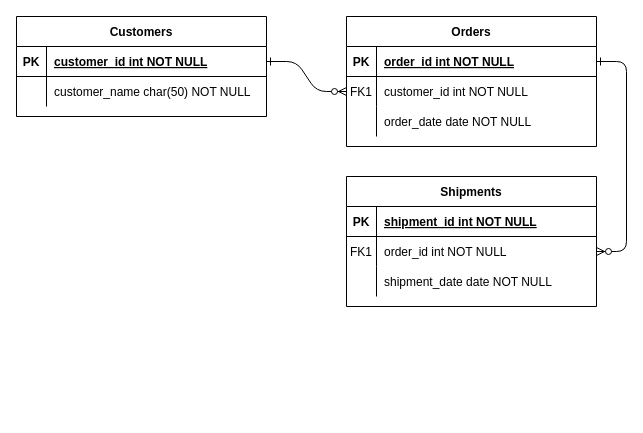
Before: Biểu đồ không có tiêu đề.drawio in phuocviet/Mugical, a draw.io diagram. Source tidied: cells renumbered, new cells numbered last; positions are measured from the earlier drawing's top-left corner, leaving out a move shared by most shapes. Both pictures are drawn from the tidied source at 100%, with x=0, y=0 at pixel (16, 16).
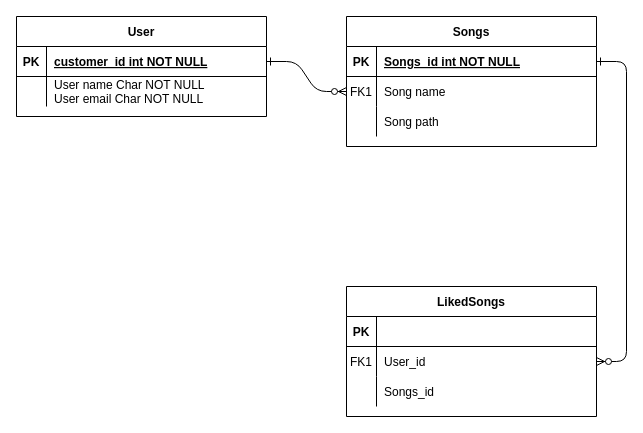
After the change.

Commit message:
Cập nhật Biểu đồ không có tiêu đề.drawio

The change refers to these unchanged cells:
```xml
<mxCell id="5" style="shape=partialRectangle;fillColor=none;points=[[0,0.5],[1,0.5]];portConstraint=eastwest;top=0;left=0;right=0;bottom=1;" parent="4" vertex="1">
  <mxGeometry y="30" width="250" height="30" as="geometry" />
</mxCell>
<mxCell id="8" style="shape=partialRectangle;fillColor=none;points=[[0,0.5],[1,0.5]];portConstraint=eastwest;top=0;left=0;right=0;bottom=0;" parent="4" vertex="1">
  <mxGeometry y="60" width="250" height="30" as="geometry" />
</mxCell>
<mxCell id="11" style="shape=partialRectangle;fillColor=none;top=0;left=0;right=0;bottom=0;" parent="4" vertex="1">
  <mxGeometry y="90" width="250" height="30" as="geometry" />
</mxCell>
<mxCell id="15" style="shape=partialRectangle;fillColor=none;top=0;left=0;right=0;bottom=1;" parent="14" vertex="1">
  <mxGeometry y="30" width="250" height="30" as="geometry" />
</mxCell>
<mxCell id="18" style="shape=partialRectangle;fillColor=none;points=[[0,0.5],[1,0.5]];portConstraint=eastwest;top=0;left=0;right=0;bottom=0;" parent="14" vertex="1">
  <mxGeometry y="60" width="250" height="30" as="geometry" />
</mxCell>
<mxCell id="21" style="shape=partialRectangle;fillColor=none;top=0;left=0;right=0;bottom=0;" parent="14" vertex="1">
  <mxGeometry y="90" width="250" height="30" as="geometry" />
</mxCell>
<mxCell id="28" style="shape=partialRectangle;fillColor=none;top=0;left=0;right=0;bottom=0;" parent="24" vertex="1">
  <mxGeometry y="60" width="250" height="30" as="geometry" />
</mxCell>
```

Change to the diagram source:
```diff
@@
-    <mxCell id="4" value="Orders" style="shape=table;startSize=30;childLayout=tableLayout;rowLines=0;fontStyle=1;align=center;" parent="1" vertex="1">
+    <mxCell id="4" value="Songs" style="shape=table;startSize=30;childLayout=tableLayout;rowLines=0;fontStyle=1;align=center;" parent="1" vertex="1">
       <mxGeometry x="330" width="250" height="130" as="geometry" />
     </mxCell>
@@
-    <mxCell id="7" value="order_id int NOT NULL " style="shape=partialRectangle;overflow=hidden;fillColor=none;top=0;left=0;bottom=0;right=0;align=left;spacingLeft=6;fontStyle=5;" parent="5" vertex="1">
+    <mxCell id="7" value="Songs_id int NOT NULL " style="shape=partialRectangle;overflow=hidden;fillColor=none;top=0;left=0;bottom=0;right=0;align=left;spacingLeft=6;fontStyle=5;" parent="5" vertex="1">
       <mxGeometry x="30" width="220" height="30" as="geometry" />
     </mxCell>
@@
-    <mxCell id="10" value="customer_id int NOT NULL" style="shape=partialRectangle;overflow=hidden;fillColor=none;top=0;left=0;bottom=0;right=0;align=left;spacingLeft=6;" parent="8" vertex="1">
+    <mxCell id="10" value="Song name" style="shape=partialRectangle;overflow=hidden;fillColor=none;top=0;left=0;bottom=0;right=0;align=left;spacingLeft=6;" parent="8" vertex="1">
       <mxGeometry x="30" width="220" height="30" as="geometry" />
     </mxCell>
@@
-    <mxCell id="13" value="order_date date NOT NULL" style="shape=partialRectangle;overflow=hidden;fillColor=none;top=0;left=0;bottom=0;right=0;align=left;spacingLeft=6;" parent="11" vertex="1">
+    <mxCell id="13" value="Song path" style="shape=partialRectangle;overflow=hidden;fillColor=none;top=0;left=0;bottom=0;right=0;align=left;spacingLeft=6;" parent="11" vertex="1">
       <mxGeometry x="30" width="220" height="30" as="geometry" />
     </mxCell>
-    <mxCell id="14" value="Shipments" style="shape=table;startSize=30;childLayout=tableLayout;rowLines=0;fontStyle=1;align=center;" parent="1" vertex="1">
-      <mxGeometry x="330" y="160" width="250" height="130" as="geometry" />
+    <mxCell id="14" value="LikedSongs" style="shape=table;startSize=30;childLayout=tableLayout;rowLines=0;fontStyle=1;align=center;" parent="1" vertex="1">
+      <mxGeometry x="330" y="270" width="250" height="130" as="geometry" />
     </mxCell>
@@
-    <mxCell id="17" value="shipment_id int NOT NULL " style="shape=partialRectangle;overflow=hidden;fillColor=none;top=0;left=0;bottom=0;right=0;align=left;spacingLeft=6;fontStyle=5;" parent="15" vertex="1">
+    <mxCell id="17" style="shape=partialRectangle;overflow=hidden;fillColor=none;top=0;left=0;bottom=0;right=0;align=left;spacingLeft=6;fontStyle=5;" parent="15" vertex="1">
       <mxGeometry x="30" width="220" height="30" as="geometry" />
     </mxCell>
@@
-    <mxCell id="20" value="order_id int NOT NULL" style="shape=partialRectangle;overflow=hidden;fillColor=none;top=0;left=0;bottom=0;right=0;align=left;spacingLeft=6;" parent="18" vertex="1">
+    <mxCell id="20" value="User_id" style="shape=partialRectangle;overflow=hidden;fillColor=none;top=0;left=0;bottom=0;right=0;align=left;spacingLeft=6;" parent="18" vertex="1">
       <mxGeometry x="30" width="220" height="30" as="geometry" />
     </mxCell>
@@
-    <mxCell id="23" value="shipment_date date NOT NULL" style="shape=partialRectangle;overflow=hidden;fillColor=none;top=0;left=0;bottom=0;right=0;align=left;spacingLeft=6;" parent="21" vertex="1">
+    <mxCell id="23" value="Songs_id" style="shape=partialRectangle;overflow=hidden;fillColor=none;top=0;left=0;bottom=0;right=0;align=left;spacingLeft=6;" parent="21" vertex="1">
       <mxGeometry x="30" width="220" height="30" as="geometry" />
     </mxCell>
-    <mxCell id="24" value="Customers" style="shape=table;startSize=30;childLayout=tableLayout;rowLines=0;fontStyle=1;align=center;" parent="1" vertex="1">
+    <mxCell id="24" value="User" style="shape=table;startSize=30;childLayout=tableLayout;rowLines=0;fontStyle=1;align=center;" parent="1" vertex="1">
       <mxGeometry width="250" height="100" as="geometry" />
     </mxCell>
@@
-    <mxCell id="30" value="customer_name char(50) NOT NULL" style="shape=partialRectangle;overflow=hidden;fillColor=none;top=0;left=0;bottom=0;right=0;align=left;spacingLeft=6;" parent="28" vertex="1">
+    <mxCell id="30" value="User name Char NOT NULL&#10;User email Char NOT NULL" style="shape=partialRectangle;overflow=hidden;fillColor=none;top=0;left=0;bottom=0;right=0;align=left;spacingLeft=6;" parent="28" vertex="1">
       <mxGeometry x="30" width="220" height="30" as="geometry" />
     </mxCell>
```
